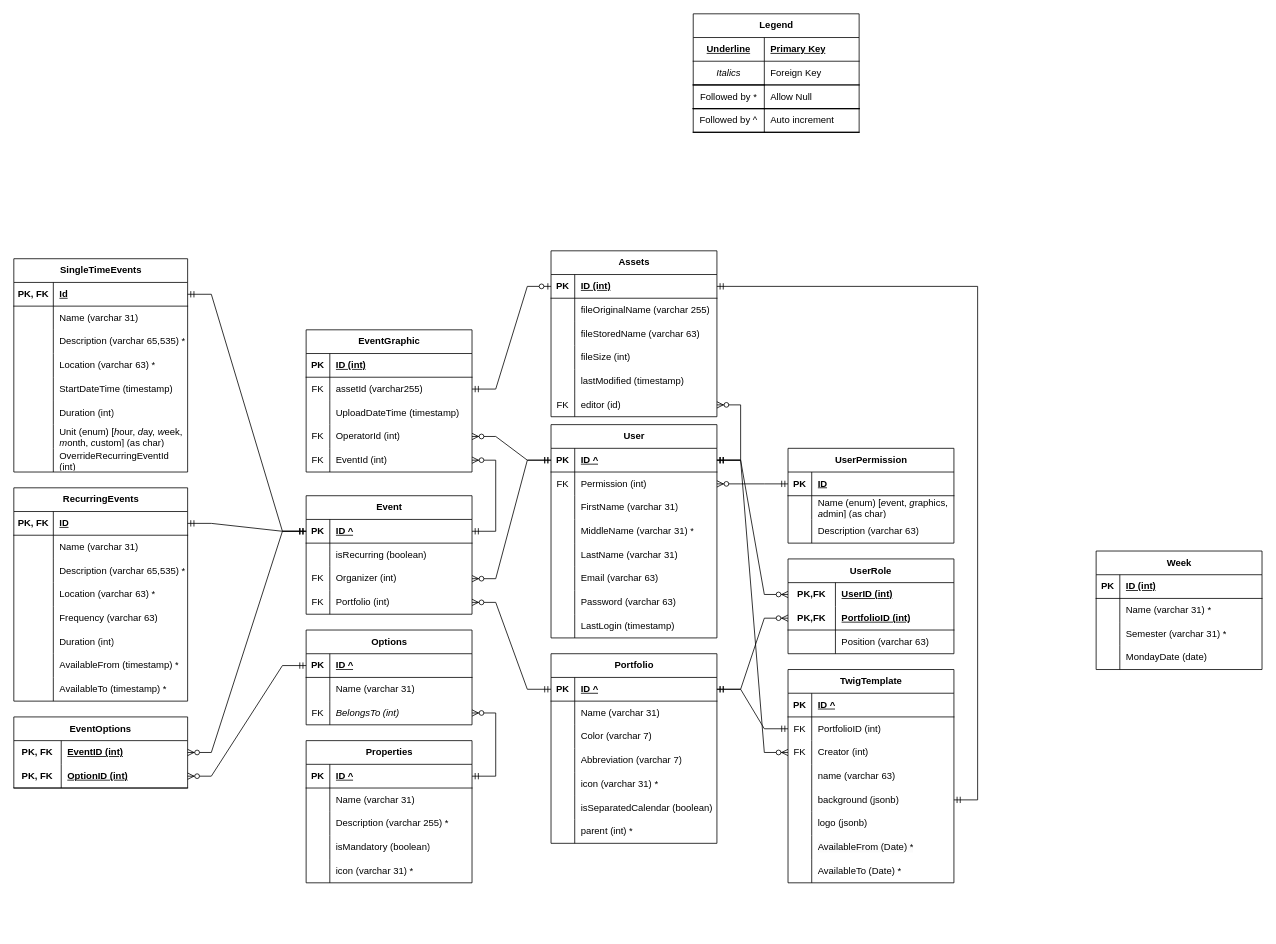
Above: design/eTWIG.ER.drawio in stewebb/eTWIG (draw.io), before the change. Source tidied: cells renumbered, new cells numbered last; positions are measured from the earlier drawing's top-left corner, leaving out a move shared by most shapes. Both pictures are drawn from the tidied source at 79%, with x=0, y=0 at pixel (13, 13).
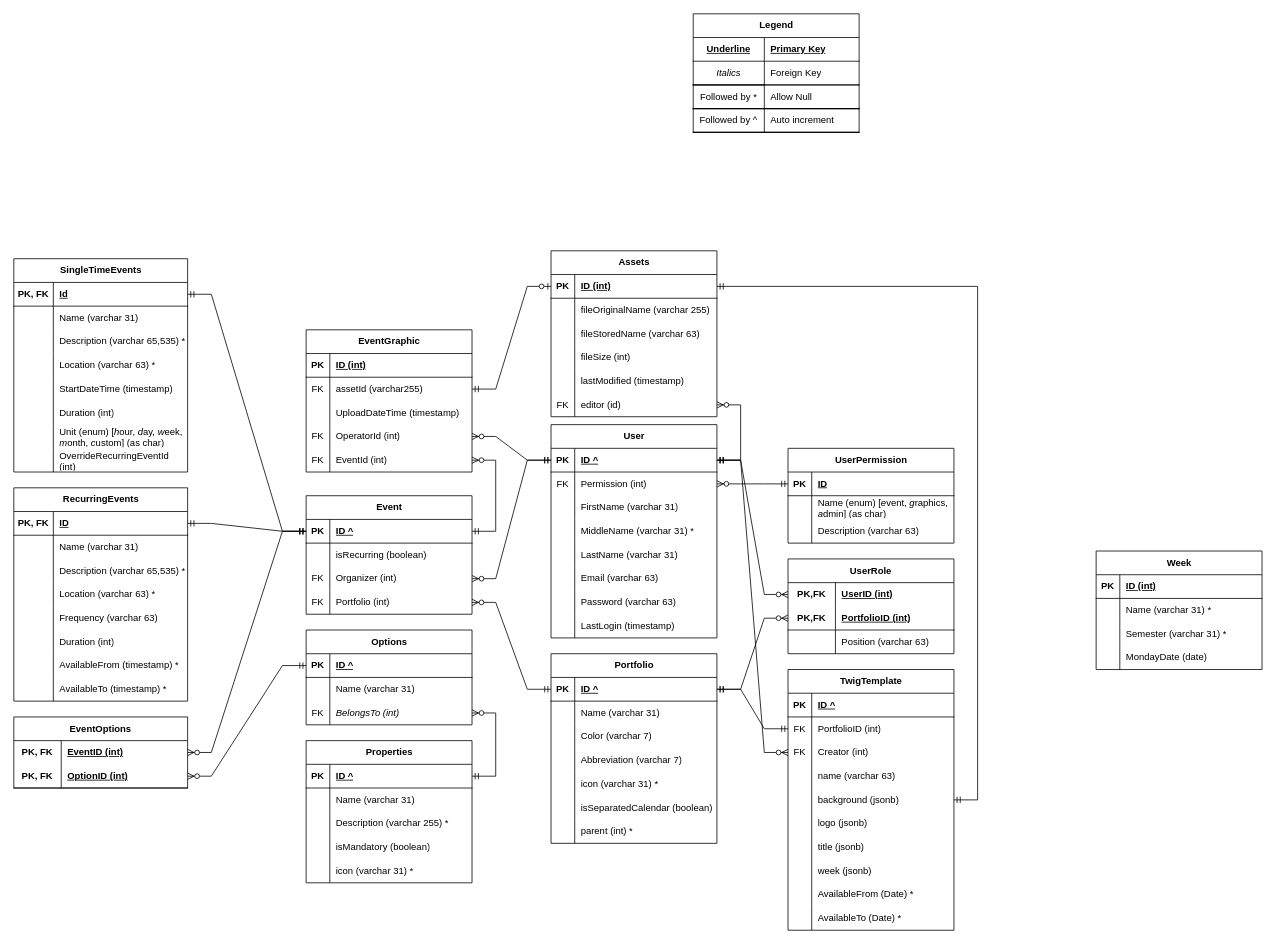
Above is the later version.

Commit message (it also covers changes not shown here):
twig template preview

Diff of the diagram source:
```diff
@@
     <mxCell id="242" value="TwigTemplate" style="shape=table;startSize=30;childLayout=tableLayout;rowLines=0;fontStyle=1;align=center;html=1;" parent="1" vertex="1">
-      <mxGeometry x="980" y="830" width="210" height="270" as="geometry" />
+      <mxGeometry x="980" y="830" width="210" height="330" as="geometry" />
     </mxCell>
@@
+    <mxCell id="268" style="shape=tableRow;horizontal=0;startSize=0;swimlaneHead=0;swimlaneBody=0;fillColor=none;top=0;left=0;right=0;bottom=0;" parent="242" vertex="1">
+      <mxGeometry y="210" width="210" height="30" as="geometry" />
+    </mxCell>
+    <mxCell id="269" style="shape=partialRectangle;fillColor=none;top=0;left=0;bottom=0;right=0;overflow=hidden;whiteSpace=wrap;html=1;" parent="268" vertex="1">
+      <mxGeometry width="30" height="30" as="geometry" />
+    </mxCell>
+    <mxCell id="270" value="title (jsonb)" style="shape=partialRectangle;fillColor=none;top=0;left=0;bottom=0;right=0;align=left;spacingLeft=6;overflow=hidden;whiteSpace=wrap;html=1;" parent="268" vertex="1">
+      <mxGeometry x="30" width="180" height="30" as="geometry" />
+    </mxCell>
+    <mxCell id="271" style="shape=tableRow;horizontal=0;startSize=0;swimlaneHead=0;swimlaneBody=0;fillColor=none;top=0;left=0;right=0;bottom=0;" parent="242" vertex="1">
+      <mxGeometry y="240" width="210" height="30" as="geometry" />
+    </mxCell>
+    <mxCell id="272" style="shape=partialRectangle;fillColor=none;top=0;left=0;bottom=0;right=0;overflow=hidden;whiteSpace=wrap;html=1;" parent="271" vertex="1">
+      <mxGeometry width="30" height="30" as="geometry" />
+    </mxCell>
+    <mxCell id="273" value="week (jsonb)" style="shape=partialRectangle;fillColor=none;top=0;left=0;bottom=0;right=0;align=left;spacingLeft=6;overflow=hidden;whiteSpace=wrap;html=1;" parent="271" vertex="1">
+      <mxGeometry x="30" width="180" height="30" as="geometry" />
+    </mxCell>
     <mxCell id="261" style="shape=tableRow;horizontal=0;startSize=0;swimlaneHead=0;swimlaneBody=0;fillColor=none;top=0;left=0;right=0;bottom=0;" parent="242" vertex="1">
-      <mxGeometry y="210" width="210" height="30" as="geometry" />
+      <mxGeometry y="270" width="210" height="30" as="geometry" />
     </mxCell>
@@
     <mxCell id="264" style="shape=tableRow;horizontal=0;startSize=0;swimlaneHead=0;swimlaneBody=0;fillColor=none;top=0;left=0;right=0;bottom=0;" parent="242" vertex="1">
-      <mxGeometry y="240" width="210" height="30" as="geometry" />
+      <mxGeometry y="300" width="210" height="30" as="geometry" />
     </mxCell>
```
